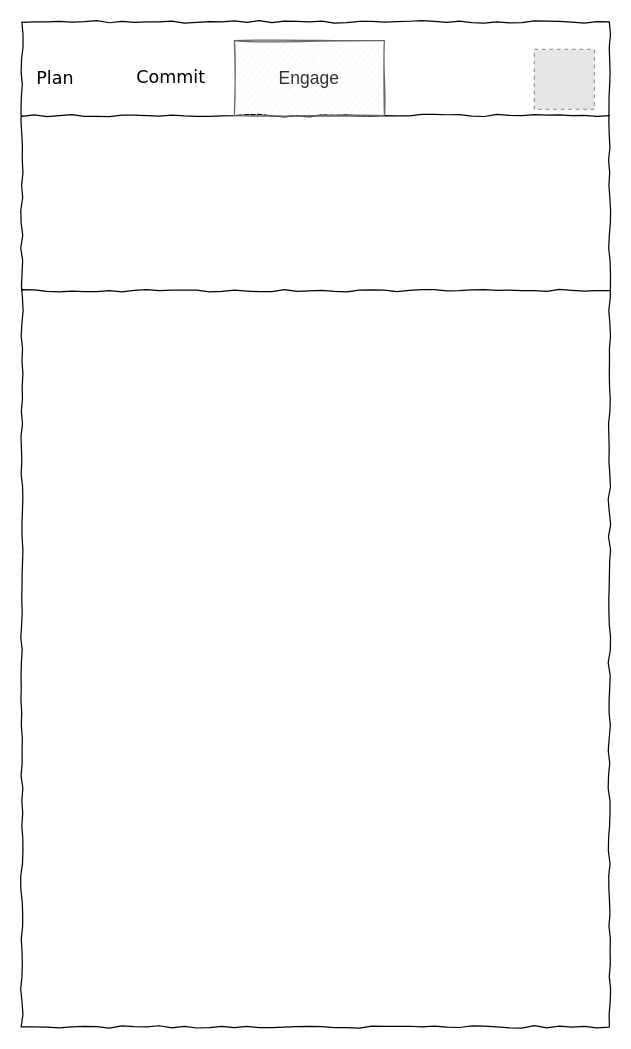
This is Untitled Diagram.drawio from jamesdvance/meal_maker, a draw.io file, before an edit. Source tidied: cells renumbered, new cells numbered last; positions are measured from the earlier drawing's top-left corner, leaving out a move shared by most shapes. Both pictures are drawn from the tidied source at 125%, with x=0, y=0 at pixel (21, 21). Pictures stored in the file or linked from it are replaced by grey dashed boxes.
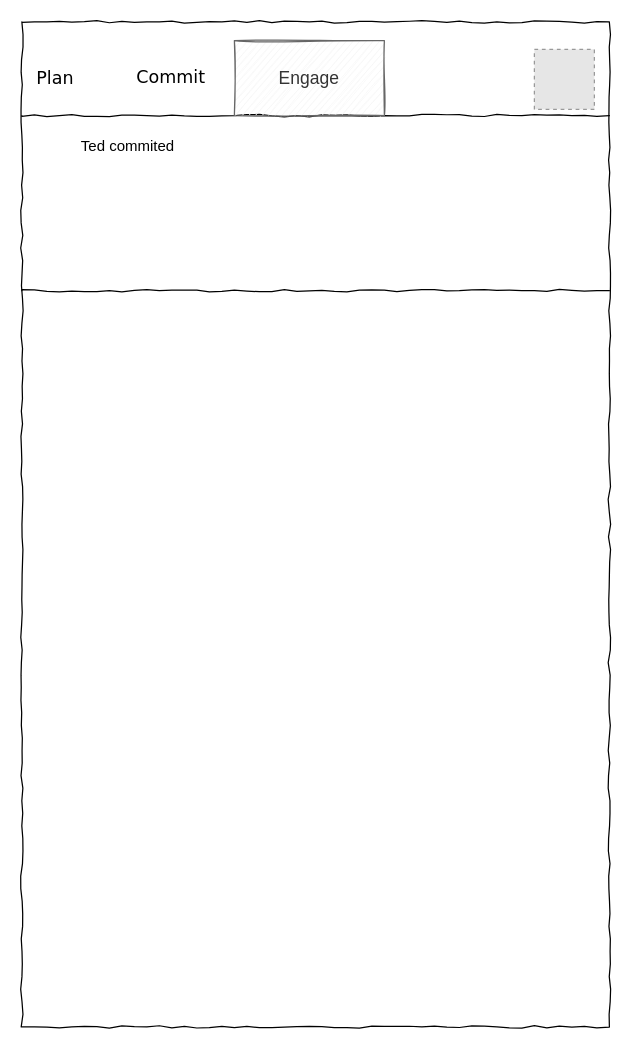
The same diagram, later.

Change to the diagram source:
```diff
@@
 <mxGraphModel>
   <root>
     <mxCell id="0" />
     <mxCell id="1" parent="0" />
     <mxCell id="2" style="whiteSpace=wrap;html=1;rounded=0;shadow=0;labelBackgroundColor=none;strokeColor=#000000;strokeWidth=1;fillColor=none;fontFamily=Verdana;fontSize=12;fontColor=#000000;align=center;comic=1;" parent="1" vertex="1">
       <mxGeometry width="470" height="804" as="geometry" />
     </mxCell>
     <mxCell id="3" value="Plan" style="text;html=1;align=left;verticalAlign=middle;spacingTop=-4;fontSize=14;fontFamily=Verdana;" parent="1" vertex="1">
       <mxGeometry x="10" y="17" width="60" height="60" as="geometry" />
     </mxCell>
     <mxCell id="4" style="line;strokeWidth=1;html=1;rounded=0;shadow=0;labelBackgroundColor=none;fillColor=none;fontFamily=Verdana;fontSize=14;fontColor=#000000;align=center;comic=1;" parent="1" vertex="1">
       <mxGeometry y="70" width="470" height="10" as="geometry" />
     </mxCell>
     <mxCell id="5" value="Commit" style="text;html=1;align=left;verticalAlign=middle;spacingTop=-4;fontSize=14;fontFamily=Verdana;" parent="1" vertex="1">
       <mxGeometry x="90" y="21" width="60" height="50" as="geometry" />
     </mxCell>
     <mxCell id="6" value="&lt;font style=&quot;font-size: 14px&quot;&gt;Engage&lt;/font&gt;" style="rounded=0;whiteSpace=wrap;html=1;sketch=1;fillColor=#f5f5f5;strokeColor=#666666;fontColor=#333333;" parent="1" vertex="1">
       <mxGeometry x="170" y="15" width="120" height="60" as="geometry" />
     </mxCell>
     <mxCell id="7" style="fillColor=#E6E6E6;strokeColor=#999999;dashed=1;html=1;verticalAlign=top;verticalLabelPosition=bottom;labelBackgroundColor=#ffffff;" parent="1" vertex="1">
       <mxGeometry x="410" y="22" width="48" height="48" as="geometry" />
     </mxCell>
     <mxCell id="8" style="line;strokeWidth=1;html=1;rounded=0;shadow=0;labelBackgroundColor=none;fillColor=none;fontFamily=Verdana;fontSize=14;fontColor=#000000;align=center;comic=1;" parent="1" vertex="1">
       <mxGeometry y="210" width="470" height="10" as="geometry" />
     </mxCell>
+    <mxCell id="9" value="Ted commited" style="text;html=1;strokeColor=none;fillColor=none;align=center;verticalAlign=middle;whiteSpace=wrap;rounded=0;sketch=1;" parent="1" vertex="1">
+      <mxGeometry x="20" y="90" width="130" height="20" as="geometry" />
+    </mxCell>
   </root>
 </mxGraphModel>
```
